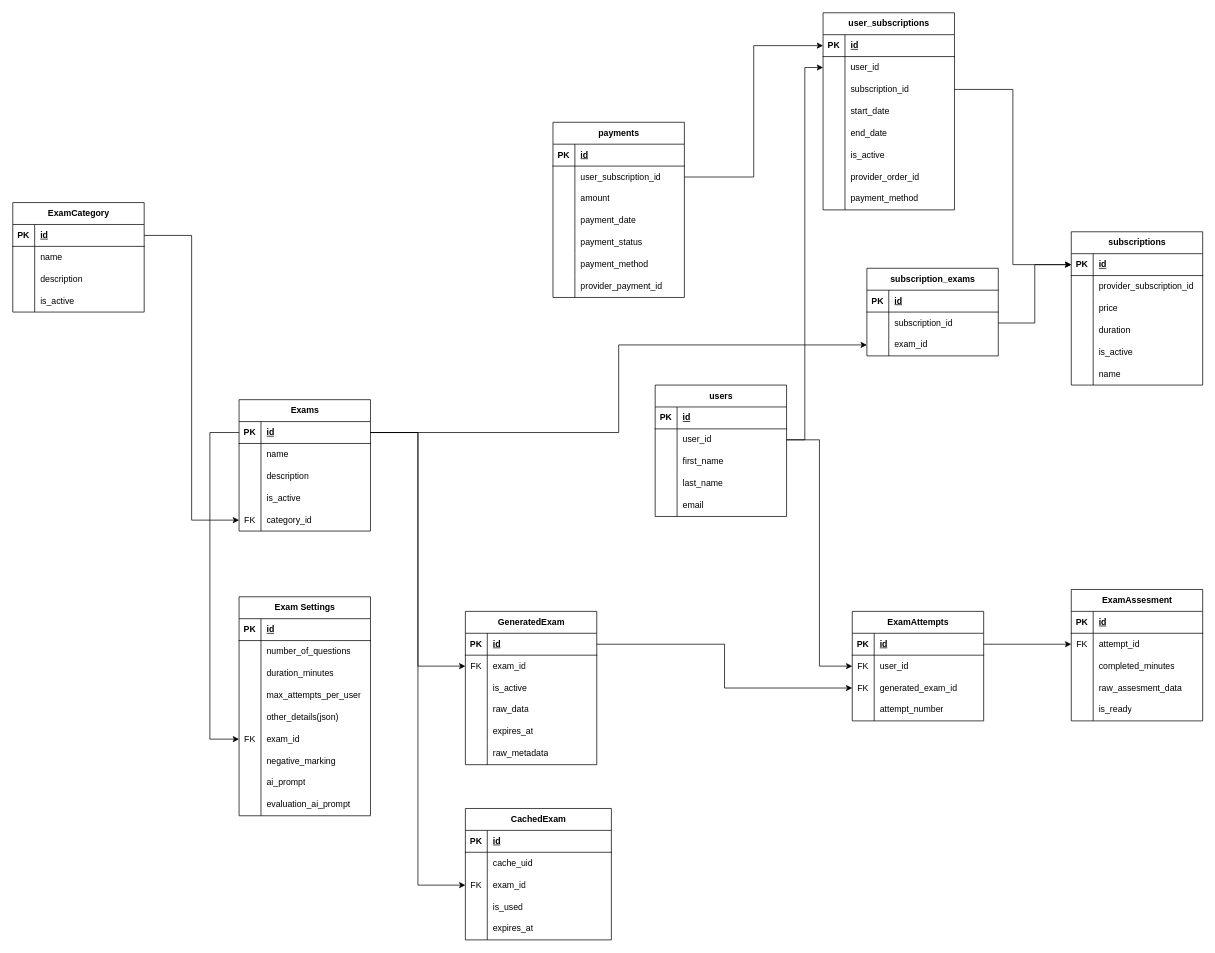
Before: page "db schema" (4 of 4) of docs/retest.drawio in Anexca/project-kota, a draw.io diagram. Source tidied: cells renumbered, new cells numbered last; positions are measured from the earlier drawing's top-left corner, leaving out a move shared by most shapes. Both pictures are drawn from the tidied source at 73%, with x=0, y=0 at pixel (12, 12).
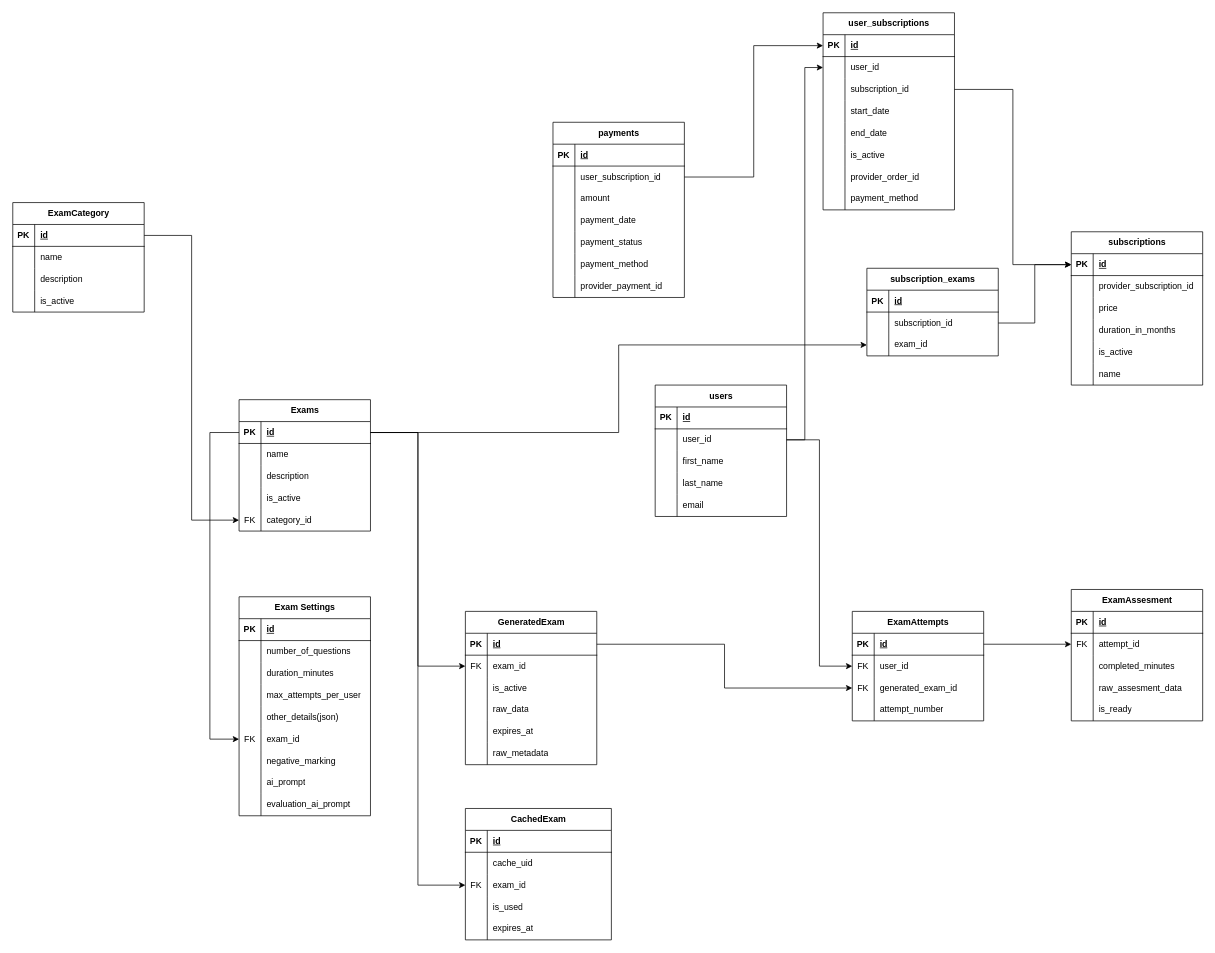
Above is the later version.

Unchanged cells that the change refers to:
```xml
<mxCell id="156" style="shape=tableRow;horizontal=0;startSize=0;swimlaneHead=0;swimlaneBody=0;fillColor=none;top=0;left=0;right=0;bottom=0;" parent="146" vertex="1">
  <mxGeometry y="120" width="180" height="30" as="geometry" />
</mxCell>
```

The edit, as a diff of the source:
```diff
@@
-    <mxCell id="158" value="duration" style="shape=partialRectangle;fillColor=none;top=0;left=0;bottom=0;right=0;align=left;spacingLeft=6;overflow=hidden;whiteSpace=wrap;html=1;" parent="156" vertex="1">
+    <mxCell id="158" value="duration_in_months" style="shape=partialRectangle;fillColor=none;top=0;left=0;bottom=0;right=0;align=left;spacingLeft=6;overflow=hidden;whiteSpace=wrap;html=1;" parent="156" vertex="1">
       <mxGeometry x="30" width="150" height="30" as="geometry" />
     </mxCell>
```
